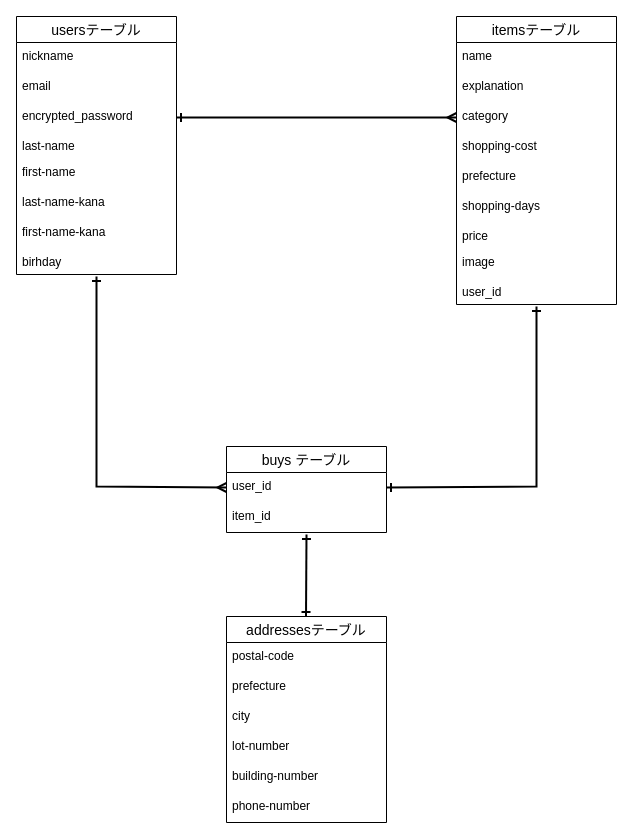
Above: furima.dio in Tatsuhiro-Kajiya/furima-32575 (draw.io), before the change. Source tidied: cells renumbered, new cells numbered last; positions are measured from the earlier drawing's top-left corner, leaving out a move shared by most shapes. Both pictures are drawn from the tidied source at 100%, with x=0, y=0 at pixel (16, 16).
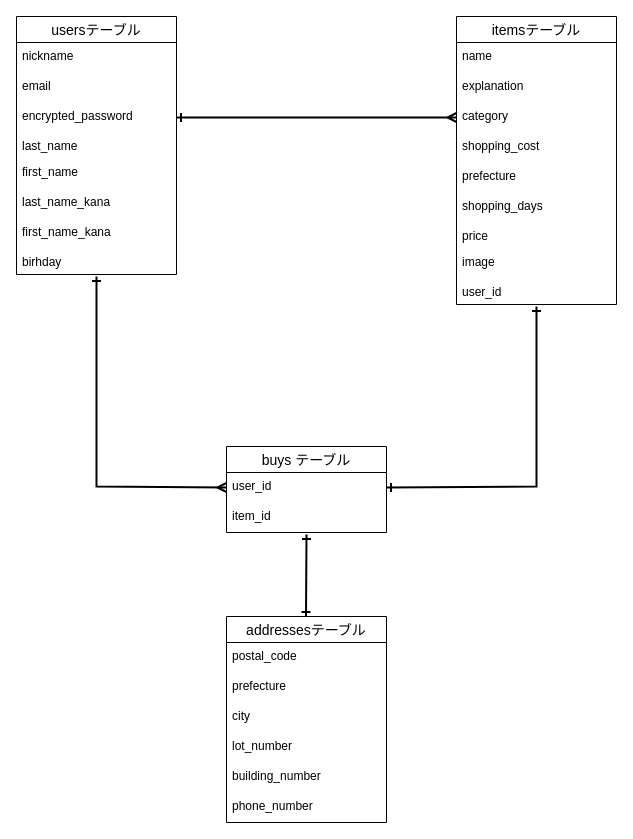
After the change.

The change refers to these unchanged cells:
```xml
<mxCell id="2" value="usersテーブル" style="swimlane;fontStyle=0;horizontal=1;startSize=26;align=center;fontSize=14;" parent="1" vertex="1">
  <mxGeometry width="160" height="258" as="geometry" />
</mxCell>
<mxCell id="11" value="itemsテーブル" style="swimlane;fontStyle=0;horizontal=1;startSize=26;align=center;fontSize=14;" parent="1" vertex="1">
  <mxGeometry x="440" width="160" height="288" as="geometry" />
</mxCell>
<mxCell id="21" value="addressesテーブル" style="swimlane;fontStyle=0;horizontal=1;startSize=26;align=center;fontSize=14;" parent="1" vertex="1">
  <mxGeometry x="210" y="600" width="160" height="206" as="geometry" />
</mxCell>
```

What changed in the source:
```diff
@@
-    <mxCell id="6" value="last-name" style="text;strokeColor=none;fillColor=none;align=left;verticalAlign=top;spacingLeft=4;spacingRight=4;overflow=hidden;" parent="2" vertex="1">
+    <mxCell id="6" value="last_name" style="text;strokeColor=none;fillColor=none;align=left;verticalAlign=top;spacingLeft=4;spacingRight=4;overflow=hidden;" parent="2" vertex="1">
       <mxGeometry y="116" width="160" height="26" as="geometry" />
     </mxCell>
-    <mxCell id="7" value="first-name" style="text;strokeColor=none;fillColor=none;spacingLeft=4;spacingRight=4;overflow=hidden;fontSize=12;" parent="2" vertex="1">
+    <mxCell id="7" value="first_name" style="text;strokeColor=none;fillColor=none;spacingLeft=4;spacingRight=4;overflow=hidden;fontSize=12;" parent="2" vertex="1">
       <mxGeometry y="142" width="160" height="30" as="geometry" />
     </mxCell>
-    <mxCell id="8" value="last-name-kana" style="text;strokeColor=none;fillColor=none;spacingLeft=4;spacingRight=4;overflow=hidden;fontSize=12;" parent="2" vertex="1">
+    <mxCell id="8" value="last_name_kana" style="text;strokeColor=none;fillColor=none;spacingLeft=4;spacingRight=4;overflow=hidden;fontSize=12;" parent="2" vertex="1">
       <mxGeometry y="172" width="160" height="30" as="geometry" />
     </mxCell>
-    <mxCell id="9" value="first-name-kana" style="text;strokeColor=none;fillColor=none;spacingLeft=4;spacingRight=4;overflow=hidden;fontSize=12;" parent="2" vertex="1">
+    <mxCell id="9" value="first_name_kana" style="text;strokeColor=none;fillColor=none;spacingLeft=4;spacingRight=4;overflow=hidden;fontSize=12;" parent="2" vertex="1">
       <mxGeometry y="202" width="160" height="30" as="geometry" />
     </mxCell>
@@
-    <mxCell id="15" value="shopping-cost" style="text;strokeColor=none;fillColor=none;spacingLeft=4;spacingRight=4;overflow=hidden;fontSize=12;" parent="11" vertex="1">
+    <mxCell id="15" value="shopping_cost" style="text;strokeColor=none;fillColor=none;spacingLeft=4;spacingRight=4;overflow=hidden;fontSize=12;" parent="11" vertex="1">
       <mxGeometry y="116" width="160" height="30" as="geometry" />
     </mxCell>
@@
-    <mxCell id="17" value="shopping-days" style="text;strokeColor=none;fillColor=none;spacingLeft=4;spacingRight=4;overflow=hidden;fontSize=12;" parent="11" vertex="1">
+    <mxCell id="17" value="shopping_days" style="text;strokeColor=none;fillColor=none;spacingLeft=4;spacingRight=4;overflow=hidden;fontSize=12;" parent="11" vertex="1">
       <mxGeometry y="176" width="160" height="30" as="geometry" />
     </mxCell>
@@
-    <mxCell id="22" value="postal-code" style="text;strokeColor=none;fillColor=none;spacingLeft=4;spacingRight=4;overflow=hidden;fontSize=12;" parent="21" vertex="1">
+    <mxCell id="22" value="postal_code" style="text;strokeColor=none;fillColor=none;spacingLeft=4;spacingRight=4;overflow=hidden;fontSize=12;" parent="21" vertex="1">
       <mxGeometry y="26" width="160" height="30" as="geometry" />
     </mxCell>
@@
-    <mxCell id="25" value="lot-number" style="text;strokeColor=none;fillColor=none;spacingLeft=4;spacingRight=4;overflow=hidden;fontSize=12;" parent="21" vertex="1">
+    <mxCell id="25" value="lot_number" style="text;strokeColor=none;fillColor=none;spacingLeft=4;spacingRight=4;overflow=hidden;fontSize=12;" parent="21" vertex="1">
       <mxGeometry y="116" width="160" height="30" as="geometry" />
     </mxCell>
-    <mxCell id="26" value="building-number" style="text;strokeColor=none;fillColor=none;spacingLeft=4;spacingRight=4;overflow=hidden;fontSize=12;" parent="21" vertex="1">
+    <mxCell id="26" value="building_number" style="text;strokeColor=none;fillColor=none;spacingLeft=4;spacingRight=4;overflow=hidden;fontSize=12;" parent="21" vertex="1">
       <mxGeometry y="146" width="160" height="30" as="geometry" />
     </mxCell>
-    <mxCell id="27" value="phone-number" style="text;strokeColor=none;fillColor=none;spacingLeft=4;spacingRight=4;overflow=hidden;fontSize=12;" parent="21" vertex="1">
+    <mxCell id="27" value="phone_number" style="text;strokeColor=none;fillColor=none;spacingLeft=4;spacingRight=4;overflow=hidden;fontSize=12;" parent="21" vertex="1">
       <mxGeometry y="176" width="160" height="30" as="geometry" />
     </mxCell>
```
